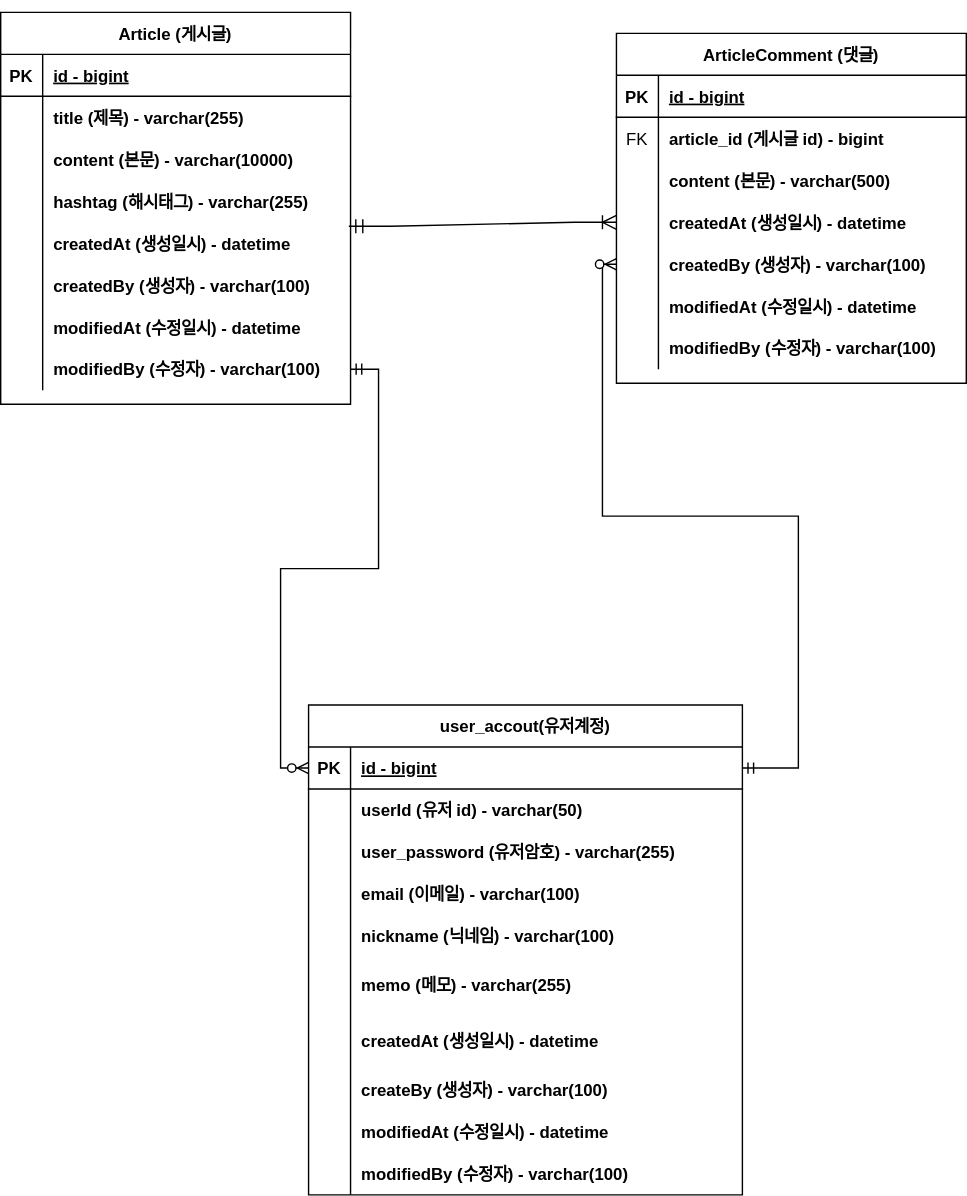
Before: document/project-board-erd.svg, a diagram exported from draw.io (ekek3002/fastcampus-project-board). Source tidied: cells renumbered, new cells last; positions are measured from the earlier drawing's top-left corner, leaving out a move shared by most shapes.
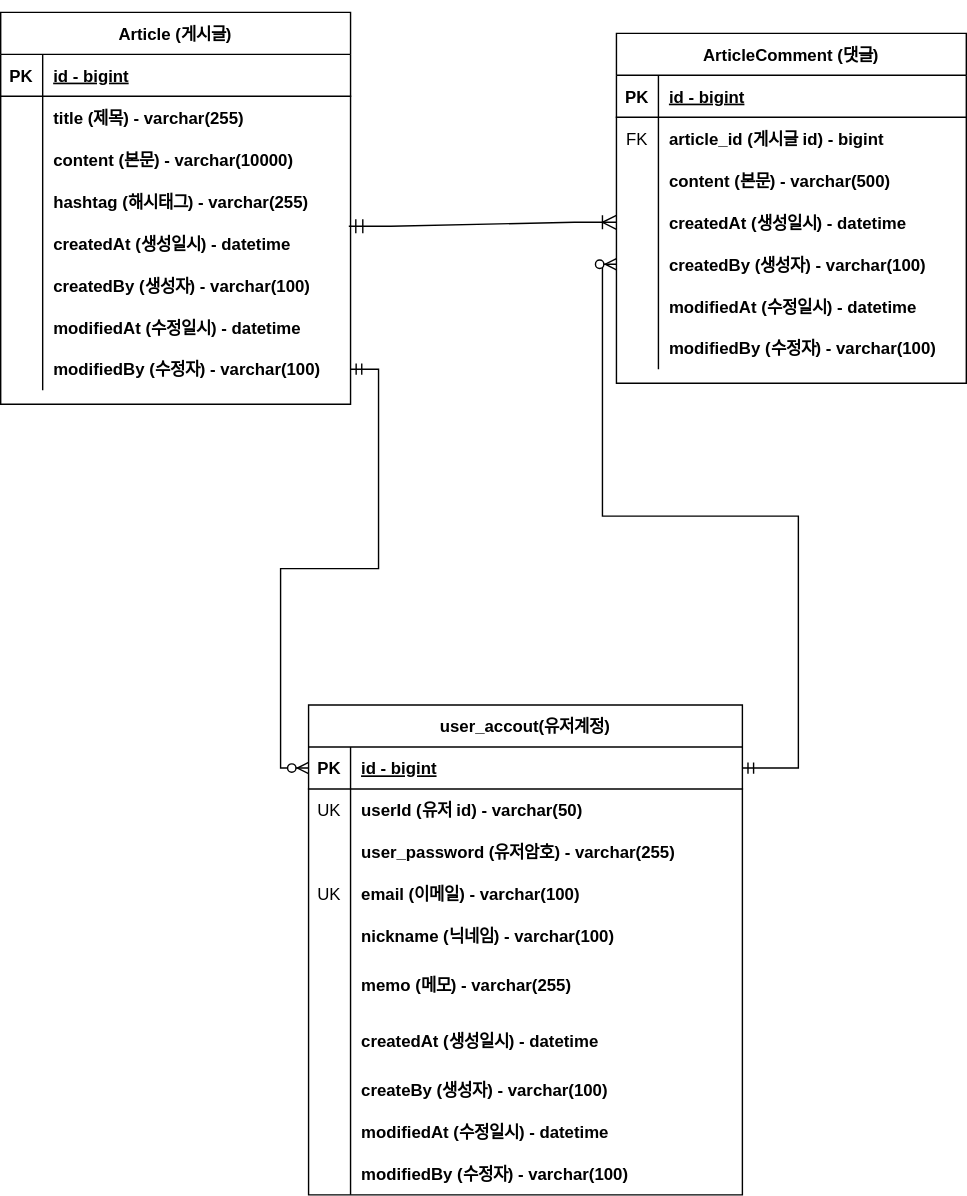
The same diagram one commit later.

Commit message:
#33 - erd 업데이트: 회원 계정 도메인의 이메일에 유니크 키 추가

The edit, as a diff of the source:
```diff
@@ -161,7 +161,7 @@
     <mxCell id="54" style="shape=partialRectangle;fillColor=none;top=0;left=0;right=0;bottom=0;" parent="50" vertex="1">
       <mxGeometry y="60" width="310" height="30" as="geometry" />
     </mxCell>
-    <mxCell id="55" style="shape=partialRectangle;overflow=hidden;fillColor=none;top=0;left=0;bottom=0;right=0;" parent="54" vertex="1">
+    <mxCell id="55" value="UK" style="shape=partialRectangle;overflow=hidden;fillColor=none;top=0;left=0;bottom=0;right=0;" parent="54" vertex="1">
       <mxGeometry width="30" height="30" as="geometry" />
     </mxCell>
     <mxCell id="56" value="userId (유저 id) - varchar(50)" style="shape=partialRectangle;overflow=hidden;fillColor=none;top=0;left=0;bottom=0;right=0;align=left;spacingLeft=6;fontStyle=1;" parent="54" vertex="1">
@@ -179,7 +179,7 @@
     <mxCell id="60" style="shape=partialRectangle;fillColor=none;top=0;left=0;right=0;bottom=0;" parent="50" vertex="1">
       <mxGeometry y="120" width="310" height="30" as="geometry" />
     </mxCell>
-    <mxCell id="61" style="shape=partialRectangle;overflow=hidden;fillColor=none;top=0;left=0;bottom=0;right=0;" parent="60" vertex="1">
+    <mxCell id="61" value="UK" style="shape=partialRectangle;overflow=hidden;fillColor=none;top=0;left=0;bottom=0;right=0;" parent="60" vertex="1">
       <mxGeometry width="30" height="30" as="geometry" />
     </mxCell>
     <mxCell id="62" value="email (이메일) - varchar(100)" style="shape=partialRectangle;overflow=hidden;fillColor=none;top=0;left=0;bottom=0;right=0;align=left;spacingLeft=6;fontStyle=1;" parent="60" vertex="1">
```
